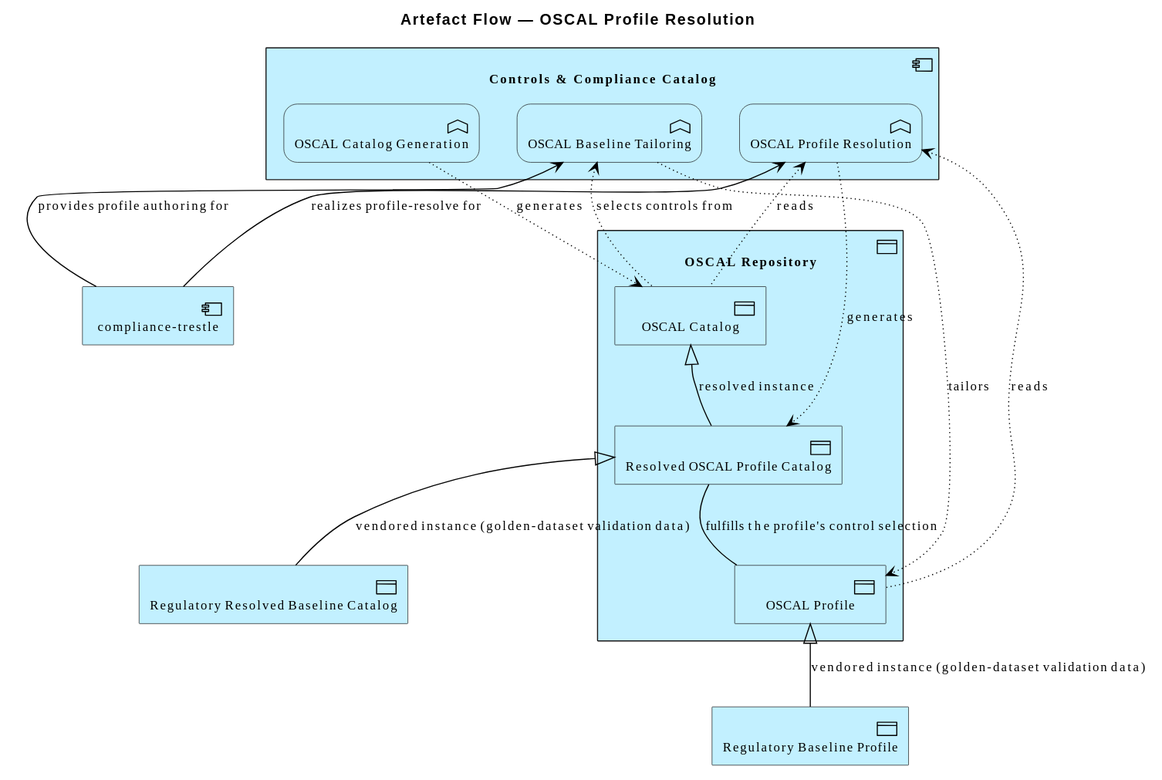
Above: architecture/model/diagrams/application/artefact-oscal-resolve.svg in wolffy-au/frictionless-architect (PlantUML), before the change.
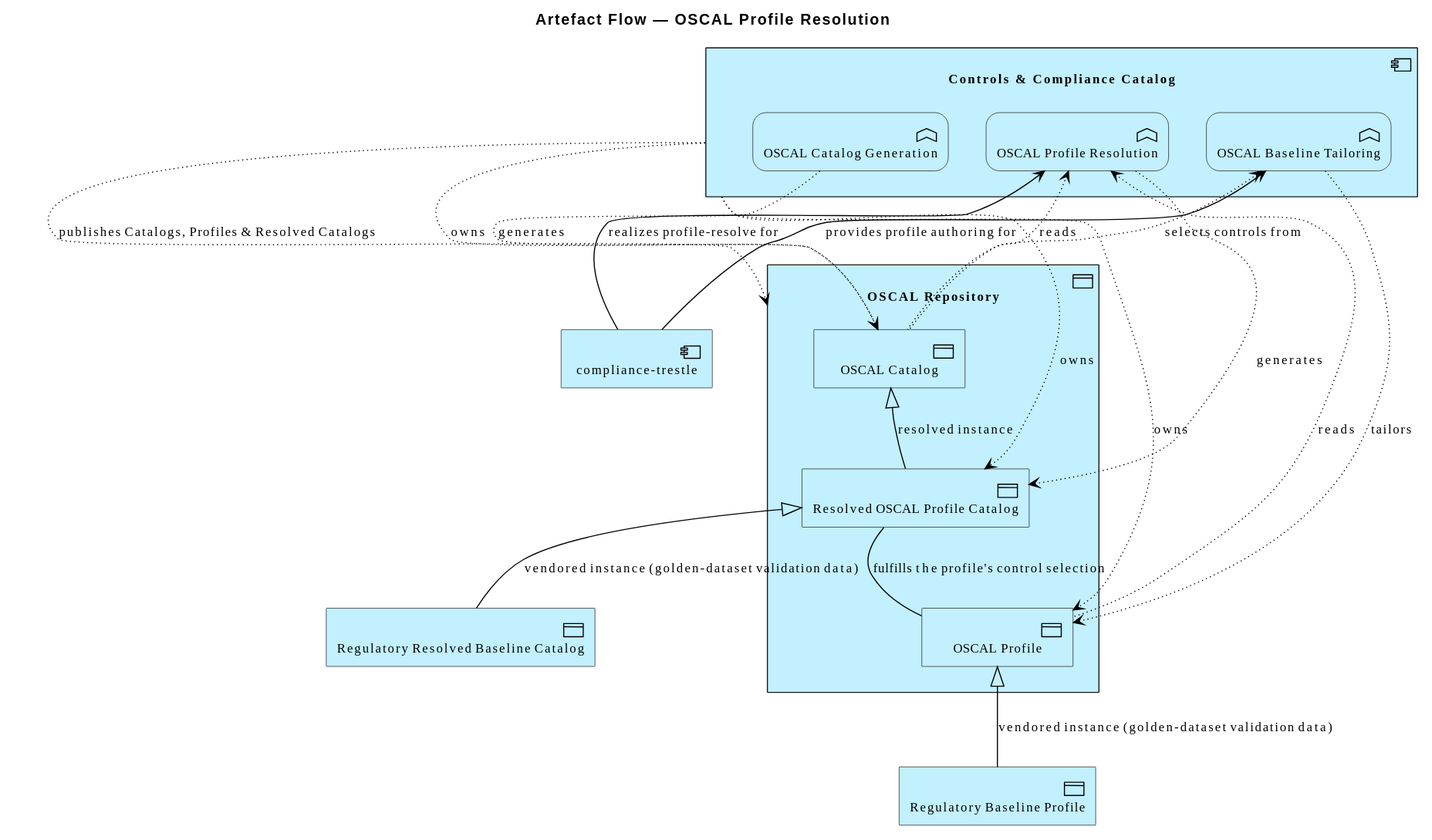
After the change.

Diff of the diagram source:
```diff
@@ -23,6 +23,10 @@
 Rel_Specialization_Up(e_ide0d2eafd1b6957, e_id0bcf03d5bb0d58, "vendored instance (golden-dataset validation data)")
 Rel_Serving_Up(e_id0aed952692a556, e_id959e350a39c158, "provides profile authoring for")
 Rel_Serving_Up(e_id0aed952692a556, e_id9395f0bc80c955, "realizes profile-resolve for")
+Rel_Access_w(e_ide4bef3733af65a, e_idb18c37abc9ff51, "publishes Catalogs, Profiles & Resolved Catalogs")
+Rel_Access_w(e_ide4bef3733af65a, e_idddf65887d53f57, "owns")
+Rel_Access_w(e_ide4bef3733af65a, e_id9659a679544058, "owns")
+Rel_Access_w(e_ide4bef3733af65a, e_id0bcf03d5bb0d58, "owns")
 Rel_Access_w(e_id8926bd09002459, e_idddf65887d53f57, "generates")
 Rel_Access_r(e_id959e350a39c158, e_idddf65887d53f57, "selects controls from")
 Rel_Access_w(e_id959e350a39c158, e_id9659a679544058, "tailors")
```
